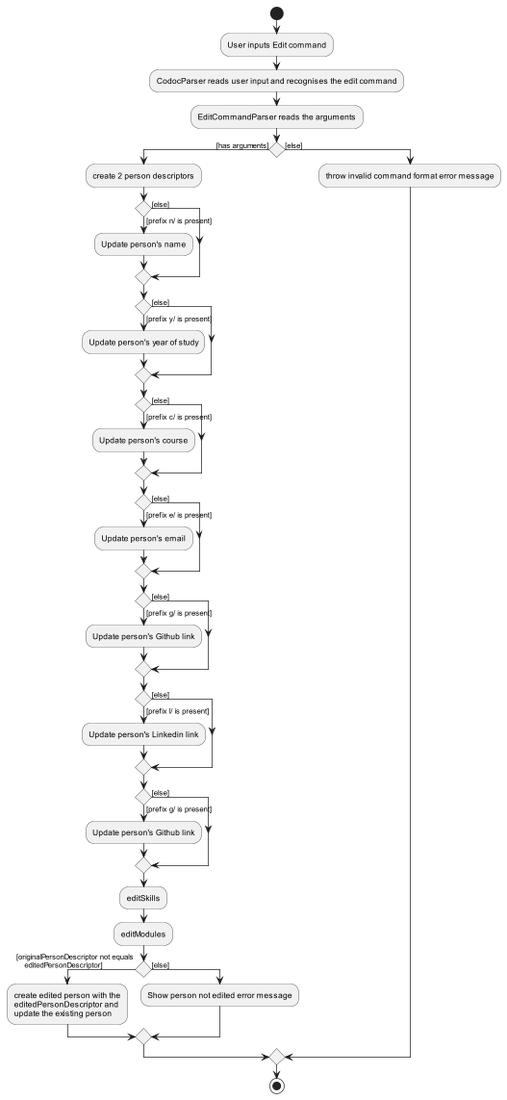
The PlantUML diagram docs/images/EditActivityDiagram.png in nus-cs2103-AY2223S2/tp, before a commit.
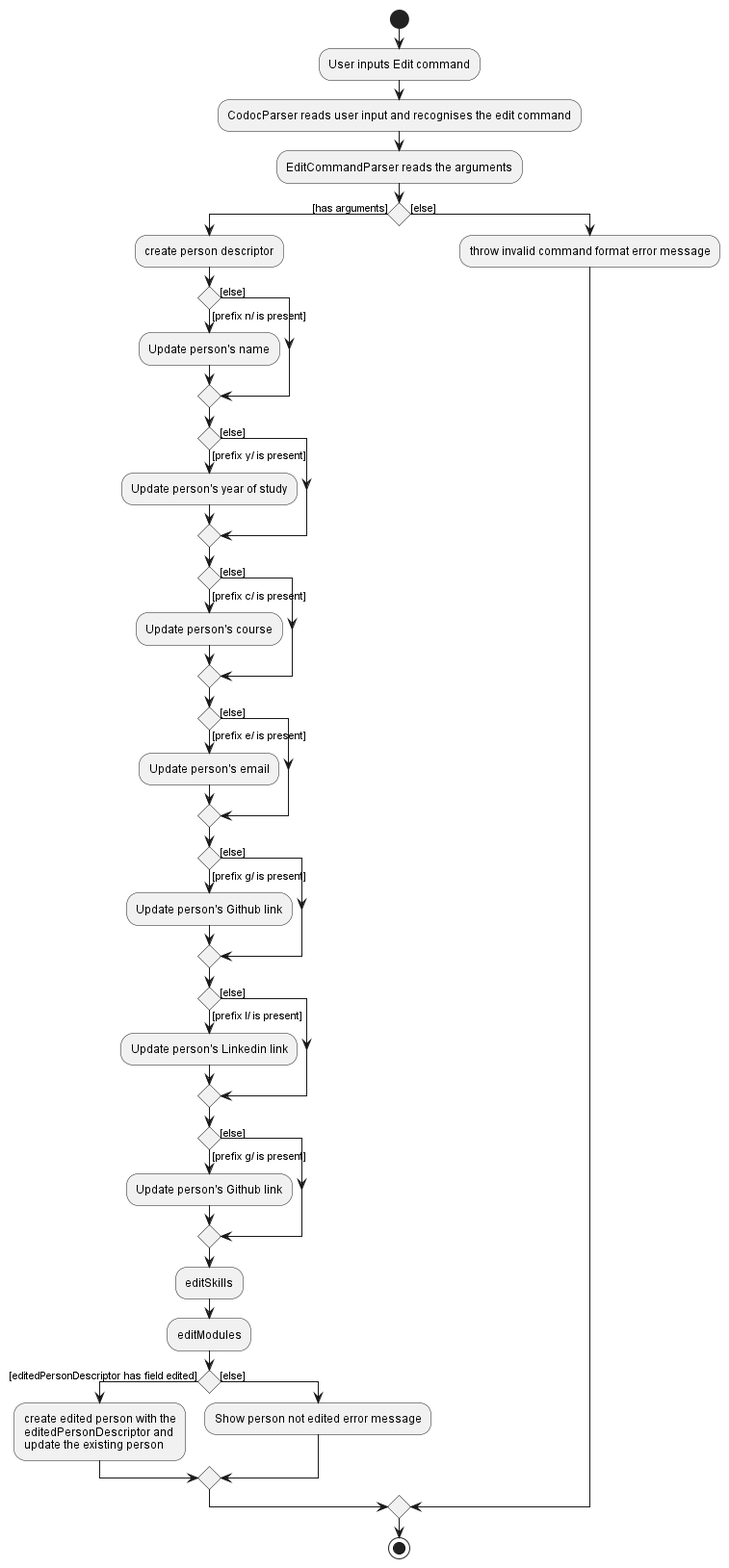
After the change.

Change to the diagram source:
```diff
@@ -6,7 +6,7 @@
 
 
 if () then ([has arguments])
-    :create 2 person descriptors;
+    :create person descriptor;
     if () then ([prefix n/ is present])
         :Update person's name;
     else ([else])
@@ -37,8 +37,7 @@
     endif
     :editSkills;
     :editModules;
-    if () then ([originalPersonDescriptor not equals
-    editedPersonDescriptor])
+    if () then ([editedPersonDescriptor has field edited])
         :create edited person with the
         editedPersonDescriptor and
         update the existing person;
```
